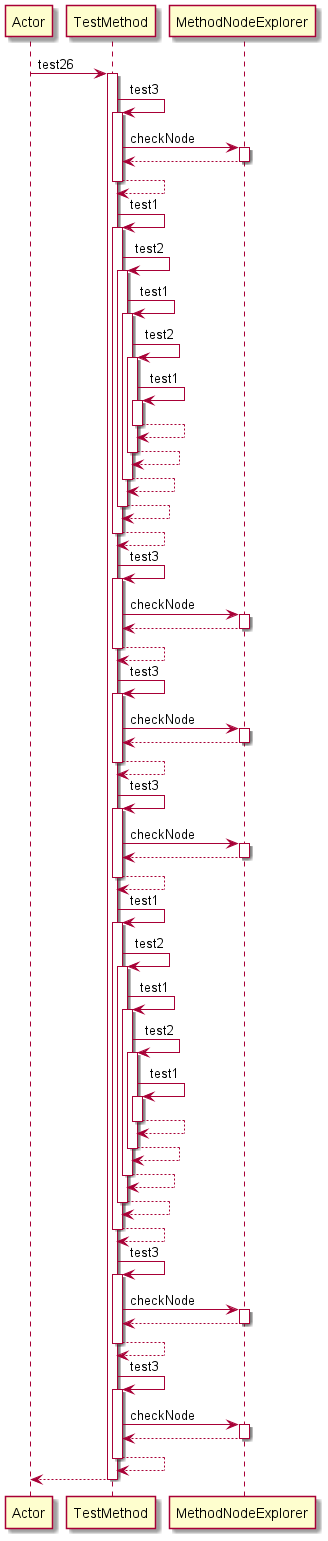
Before: Diagrams/DEEP/test26.png, a diagram exported from PlantUML (manucapo/Gardener). Source of this version:
```plantuml
@startuml
participant Actor
Actor -> TestMethod: test26
activate TestMethod
TestMethod -> TestMethod: test3
activate TestMethod
TestMethod -> MethodNodeExplorer: checkNode
activate MethodNodeExplorer
MethodNodeExplorer-->TestMethod
deactivate MethodNodeExplorer
TestMethod-->TestMethod
deactivate TestMethod
TestMethod -> TestMethod: test1
activate TestMethod
TestMethod -> TestMethod: test2
activate TestMethod
TestMethod -> TestMethod: test1
activate TestMethod
TestMethod -> TestMethod: test2
activate TestMethod
TestMethod -> TestMethod: test1
activate TestMethod
TestMethod-->TestMethod
deactivate TestMethod
TestMethod-->TestMethod
deactivate TestMethod
TestMethod-->TestMethod
deactivate TestMethod
TestMethod-->TestMethod
deactivate TestMethod
TestMethod-->TestMethod
deactivate TestMethod
TestMethod -> TestMethod: test3
activate TestMethod
TestMethod -> MethodNodeExplorer: checkNode
activate MethodNodeExplorer
MethodNodeExplorer-->TestMethod
deactivate MethodNodeExplorer
TestMethod-->TestMethod
deactivate TestMethod
TestMethod -> TestMethod: test3
activate TestMethod
TestMethod -> MethodNodeExplorer: checkNode
activate MethodNodeExplorer
MethodNodeExplorer-->TestMethod
deactivate MethodNodeExplorer
TestMethod-->TestMethod
deactivate TestMethod
TestMethod -> TestMethod: test3
activate TestMethod
TestMethod -> MethodNodeExplorer: checkNode
activate MethodNodeExplorer
MethodNodeExplorer-->TestMethod
deactivate MethodNodeExplorer
TestMethod-->TestMethod
deactivate TestMethod
TestMethod -> TestMethod: test1
activate TestMethod
TestMethod -> TestMethod: test2
activate TestMethod
TestMethod -> TestMethod: test1
activate TestMethod
TestMethod -> TestMethod: test2
activate TestMethod
TestMethod -> TestMethod: test1
activate TestMethod
TestMethod-->TestMethod
deactivate TestMethod
TestMethod-->TestMethod
deactivate TestMethod
TestMethod-->TestMethod
deactivate TestMethod
TestMethod-->TestMethod
deactivate TestMethod
TestMethod-->TestMethod
deactivate TestMethod
TestMethod -> TestMethod: test3
activate TestMethod
TestMethod -> MethodNodeExplorer: checkNode
activate MethodNodeExplorer
MethodNodeExplorer-->TestMethod
deactivate MethodNodeExplorer
TestMethod-->TestMethod
deactivate TestMethod
TestMethod -> TestMethod: test3
activate TestMethod
TestMethod -> MethodNodeExplorer: checkNode
activate MethodNodeExplorer
MethodNodeExplorer-->TestMethod
deactivate MethodNodeExplorer
TestMethod-->TestMethod
deactivate TestMethod
return
@enduml
```
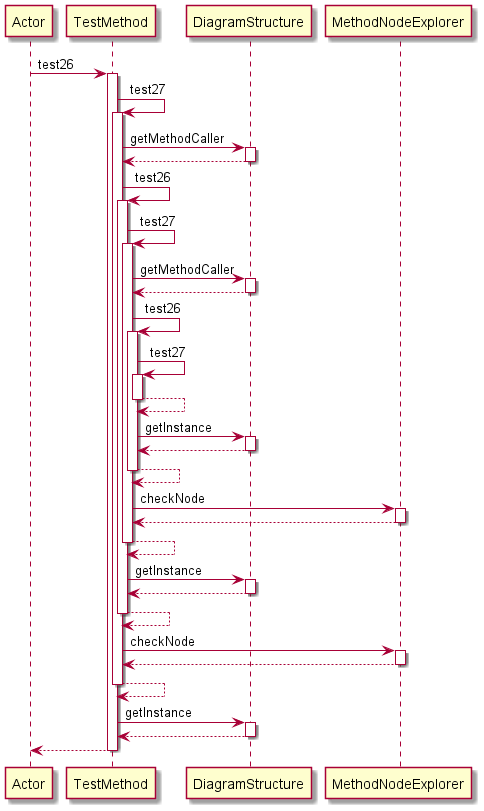
The same file after the commit.

Diff of the diagram source:
```diff
@@ -2,93 +2,53 @@
 participant Actor
 Actor -> TestMethod: test26
 activate TestMethod
-TestMethod -> TestMethod: test3
+TestMethod -> TestMethod: test27
 activate TestMethod
+TestMethod -> DiagramStructure: getMethodCaller
+activate DiagramStructure
+DiagramStructure-->TestMethod
+deactivate DiagramStructure
+TestMethod -> TestMethod: test26
+activate TestMethod
+TestMethod -> TestMethod: test27
+activate TestMethod
+TestMethod -> DiagramStructure: getMethodCaller
+activate DiagramStructure
+DiagramStructure-->TestMethod
+deactivate DiagramStructure
+TestMethod -> TestMethod: test26
+activate TestMethod
+TestMethod -> TestMethod: test27
+activate TestMethod
+TestMethod-->TestMethod
+deactivate TestMethod
+TestMethod -> DiagramStructure: getInstance
+activate DiagramStructure
+DiagramStructure-->TestMethod
+deactivate DiagramStructure
+TestMethod-->TestMethod
+deactivate TestMethod
 TestMethod -> MethodNodeExplorer: checkNode
 activate MethodNodeExplorer
 MethodNodeExplorer-->TestMethod
 deactivate MethodNodeExplorer
 TestMethod-->TestMethod
 deactivate TestMethod
-TestMethod -> TestMethod: test1
-activate TestMethod
-TestMethod -> TestMethod: test2
-activate TestMethod
-TestMethod -> TestMethod: test1
-activate TestMethod
-TestMethod -> TestMethod: test2
-activate TestMethod
-TestMethod -> TestMethod: test1
-activate TestMethod
+TestMethod -> DiagramStructure: getInstance
+activate DiagramStructure
+DiagramStructure-->TestMethod
+deactivate DiagramStructure
 TestMethod-->TestMethod
 deactivate TestMethod
-TestMethod-->TestMethod
-deactivate TestMethod
-TestMethod-->TestMethod
-deactivate TestMethod
-TestMethod-->TestMethod
-deactivate TestMethod
-TestMethod-->TestMethod
-deactivate TestMethod
-TestMethod -> TestMethod: test3
-activate TestMethod
 TestMethod -> MethodNodeExplorer: checkNode
 activate MethodNodeExplorer
 MethodNodeExplorer-->TestMethod
 deactivate MethodNodeExplorer
 TestMethod-->TestMethod
 deactivate TestMethod
-TestMethod -> TestMethod: test3
-activate TestMethod
-TestMethod -> MethodNodeExplorer: checkNode
-activate MethodNodeExplorer
-MethodNodeExplorer-->TestMethod
-deactivate MethodNodeExplorer
-TestMethod-->TestMethod
-deactivate TestMethod
-TestMethod -> TestMethod: test3
-activate TestMethod
-TestMethod -> MethodNodeExplorer: checkNode
-activate MethodNodeExplorer
-MethodNodeExplorer-->TestMethod
-deactivate MethodNodeExplorer
-TestMethod-->TestMethod
-deactivate TestMethod
-TestMethod -> TestMethod: test1
-activate TestMethod
-TestMethod -> TestMethod: test2
-activate TestMethod
-TestMethod -> TestMethod: test1
-activate TestMethod
-TestMethod -> TestMethod: test2
-activate TestMethod
-TestMethod -> TestMethod: test1
-activate TestMethod
-TestMethod-->TestMethod
-deactivate TestMethod
-TestMethod-->TestMethod
-deactivate TestMethod
-TestMethod-->TestMethod
-deactivate TestMethod
-TestMethod-->TestMethod
-deactivate TestMethod
-TestMethod-->TestMethod
-deactivate TestMethod
-TestMethod -> TestMethod: test3
-activate TestMethod
-TestMethod -> MethodNodeExplorer: checkNode
-activate MethodNodeExplorer
-MethodNodeExplorer-->TestMethod
-deactivate MethodNodeExplorer
-TestMethod-->TestMethod
-deactivate TestMethod
-TestMethod -> TestMethod: test3
-activate TestMethod
-TestMethod -> MethodNodeExplorer: checkNode
-activate MethodNodeExplorer
-MethodNodeExplorer-->TestMethod
-deactivate MethodNodeExplorer
-TestMethod-->TestMethod
-deactivate TestMethod
+TestMethod -> DiagramStructure: getInstance
+activate DiagramStructure
+DiagramStructure-->TestMethod
+deactivate DiagramStructure
 return
 @enduml
```
